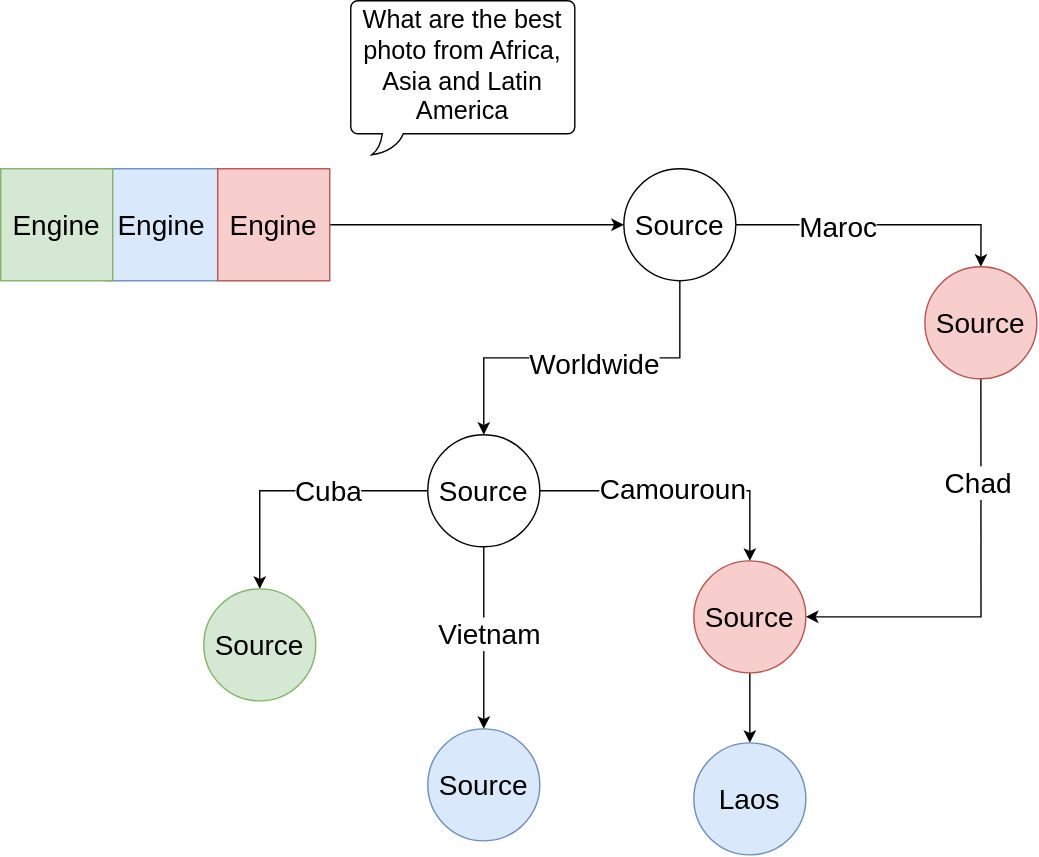
Earlier version of the draw.io export images/reachability_criteria_division.svg (constraintAutomaton/presentation-iswc-2023-doctoral-consortium-collaboravite-engine). Source tidied: cells renumbered, new cells last; positions are measured from the earlier drawing's top-left corner, leaving out a move shared by most shapes.
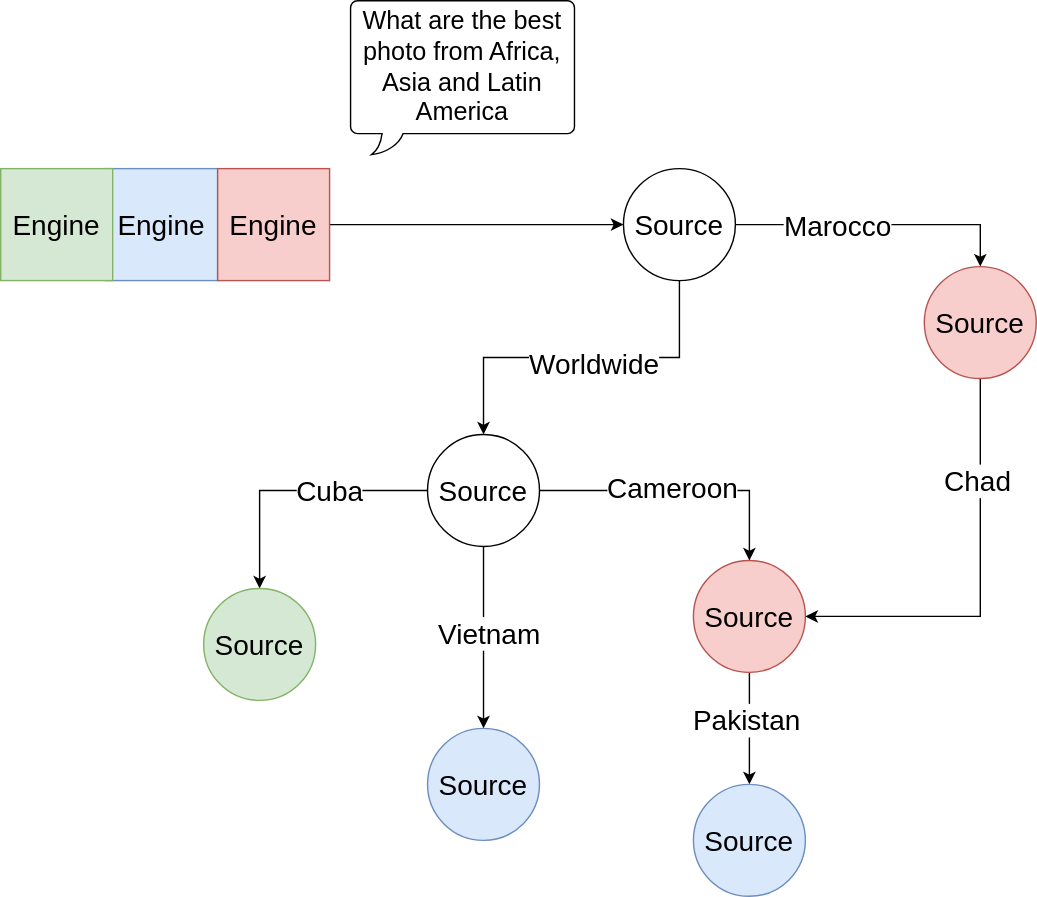
Later version of the same file.

The edit, as a diff of the source:
```diff
@@ -8,7 +8,7 @@
     <mxCell id="3" style="edgeStyle=orthogonalEdgeStyle;rounded=0;jettySize=auto;html=1;entryX=0.5;entryY=0;entryDx=0;entryDy=0;" parent="1" edge="1" source="5" target="13">
       <mxGeometry relative="1" as="geometry" />
     </mxCell>
-    <mxCell id="4" value="&lt;font style=&quot;font-size: 20px;&quot;&gt;Maroc&lt;/font&gt;" style="edgeLabel;html=1;align=center;verticalAlign=middle;" parent="3" vertex="1">
+    <mxCell id="4" value="&lt;font style=&quot;font-size: 20px;&quot;&gt;Marocco&lt;/font&gt;" style="edgeLabel;html=1;align=center;verticalAlign=middle;" parent="3" vertex="1">
       <mxGeometry x="-0.47" relative="1" as="geometry">
         <mxPoint x="18" as="offset" />
       </mxGeometry>
@@ -25,6 +25,9 @@
     <mxCell id="8" style="edgeStyle=orthogonalEdgeStyle;rounded=0;jettySize=auto;html=1;" parent="1" edge="1" source="9" target="28">
       <mxGeometry relative="1" as="geometry" />
     </mxCell>
+    <mxCell id="29" value="&lt;font style=&quot;font-size: 20px;&quot;&gt;Pakistan&lt;/font&gt;" style="edgeLabel;html=1;align=center;verticalAlign=middle;" parent="8" vertex="1">
+      <mxGeometry x="-0.17" y="-3" relative="1" as="geometry" />
+    </mxCell>
     <mxCell id="9" value="&lt;font style=&quot;font-size: 20px;&quot;&gt;Source&lt;/font&gt;" style="ellipse;whiteSpace=wrap;html=1;fillColor=#f8cecc;strokeColor=#b85450;" parent="1" vertex="1">
       <mxGeometry x="495" y="400" width="80" height="80" as="geometry" />
     </mxCell>
@@ -61,7 +64,7 @@
     <mxCell id="18" value="Text" style="edgeLabel;html=1;align=center;verticalAlign=middle;" parent="17" vertex="1">
       <mxGeometry x="-0.02" y="1" relative="1" as="geometry" />
     </mxCell>
-    <mxCell id="19" value="&lt;font style=&quot;font-size: 20px;&quot;&gt;Camouroun&lt;/font&gt;" style="edgeLabel;html=1;align=center;verticalAlign=middle;" parent="17" vertex="1">
+    <mxCell id="19" value="&lt;font style=&quot;font-size: 20px;&quot;&gt;Cameroon&lt;/font&gt;" style="edgeLabel;html=1;align=center;verticalAlign=middle;" parent="17" vertex="1">
       <mxGeometry x="-0.06" y="3" relative="1" as="geometry" />
     </mxCell>
     <mxCell id="20" style="edgeStyle=orthogonalEdgeStyle;rounded=0;jettySize=auto;html=1;exitX=0.5;exitY=1;exitDx=0;exitDy=0;" parent="1" edge="1" source="7" target="10">
@@ -88,8 +91,8 @@
     <mxCell id="27" value="&lt;font style=&quot;font-size: 18px;&quot;&gt;What are the best photo from Africa, Asia and Latin America&lt;br&gt;&lt;/font&gt;" style="whiteSpace=wrap;html=1;shape=mxgraph.basic.roundRectCallout;dx=30;dy=15;size=5;boundedLbl=1;" parent="1" vertex="1">
       <mxGeometry x="250" width="160" height="110" as="geometry" />
     </mxCell>
-    <mxCell id="28" value="&lt;font style=&quot;font-size: 20px;&quot;&gt;Laos&lt;/font&gt;" style="ellipse;whiteSpace=wrap;html=1;fillColor=#dae8fc;strokeColor=#6c8ebf;" parent="1" vertex="1">
-      <mxGeometry x="495" y="530" width="80" height="80" as="geometry" />
+    <mxCell id="28" value="&lt;font style=&quot;font-size: 20px;&quot;&gt;Source&lt;/font&gt;" style="ellipse;whiteSpace=wrap;html=1;fillColor=#dae8fc;strokeColor=#6c8ebf;" parent="1" vertex="1">
+      <mxGeometry x="495" y="560" width="80" height="80" as="geometry" />
     </mxCell>
   </root>
 </mxGraphModel>
```
